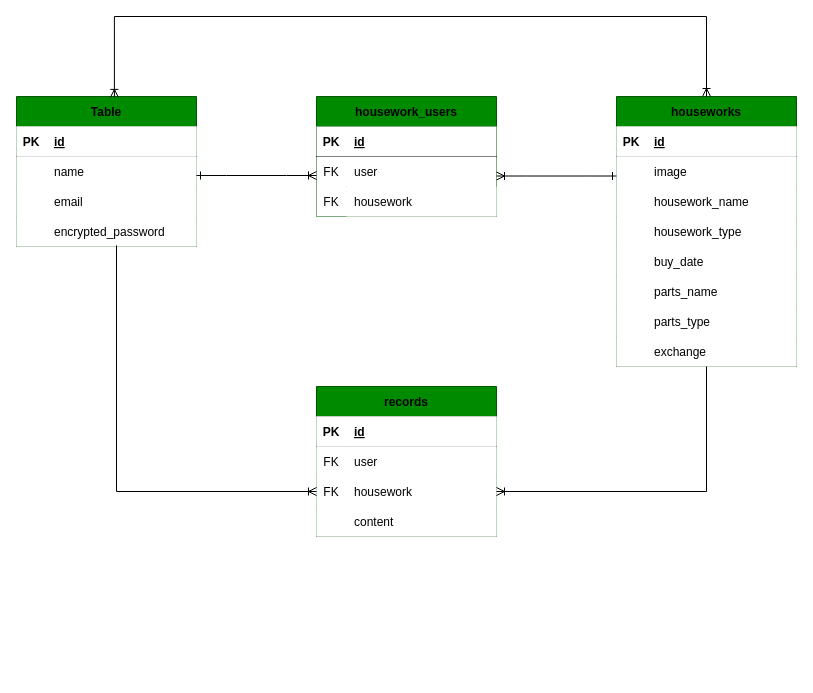
The draw.io diagram clean_note.dio in ikumi-taka/clean-note, before the edit. Source tidied: cells renumbered, new cells numbered last; positions are measured from the earlier drawing's top-left corner, leaving out a move shared by most shapes. Both pictures are drawn from the tidied source at 100%, with x=0, y=0 at pixel (16, 16).
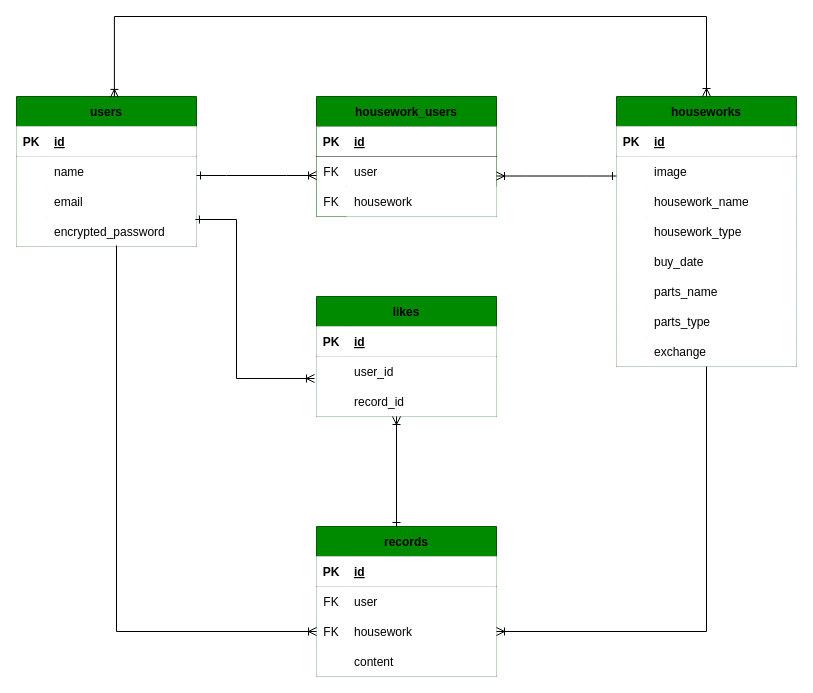
The same diagram, later.

The change refers to these unchanged cells:
```xml
<mxCell id="19" style="shape=partialRectangle;fillColor=#FFFFFF;top=0;left=0;bottom=0;right=0;points=[[0,0.5],[1,0.5]];portConstraint=eastwest;rounded=0;fontColor=#000000;" parent="12" vertex="1">
  <mxGeometry y="90" width="180" height="30" as="geometry" />
</mxCell>
<mxCell id="60" style="shape=partialRectangle;fillColor=#FFFFFF;top=0;left=0;bottom=0;right=0;points=[[0,0.5],[1,0.5]];portConstraint=eastwest;rounded=0;" parent="50" vertex="1">
  <mxGeometry y="120" width="180" height="30" as="geometry" />
</mxCell>
```

The edit, as a diff of the source:
```diff
@@
     <mxCell id="12" value="records" style="shape=table;startSize=30;childLayout=tableLayout;rowLines=0;fontStyle=1;align=center;fillColor=#008a00;fontColor=#000000;strokeColor=#005700;rounded=0;" parent="1" vertex="1">
-      <mxGeometry x="300" y="370" width="180" height="150" as="geometry" />
+      <mxGeometry x="300" y="510" width="180" height="150" as="geometry" />
     </mxCell>
@@
-    <mxCell id="50" value="Table" style="shape=table;startSize=30;childLayout=tableLayout;rowLines=0;fontStyle=1;align=center;fillColor=#008a00;fontColor=#000000;strokeColor=#005700;rounded=0;labelBackgroundColor=none;labelBorderColor=none;gradientColor=none;swimlaneFillColor=default;" parent="1" vertex="1">
+    <mxCell id="50" value="users" style="shape=table;startSize=30;childLayout=tableLayout;rowLines=0;fontStyle=1;align=center;fillColor=#008a00;fontColor=#000000;strokeColor=#005700;rounded=0;labelBackgroundColor=none;labelBorderColor=none;gradientColor=none;swimlaneFillColor=default;" parent="1" vertex="1">
       <mxGeometry y="80" width="180" height="150" as="geometry" />
     </mxCell>
@@
     <mxCell id="67" style="edgeStyle=orthogonalEdgeStyle;fontSize=12;html=1;endArrow=ERoneToMany;rounded=0;entryX=1;entryY=0.5;entryDx=0;entryDy=0;" parent="1" edge="1" target="19">
       <mxGeometry relative="1" as="geometry">
         <mxPoint x="690" y="350" as="sourcePoint" />
         <Array as="points">
-          <mxPoint x="690" y="475" />
+          <mxPoint x="690" y="615" />
         </Array>
       </mxGeometry>
     </mxCell>
+    <mxCell id="68" value="likes" style="shape=table;startSize=30;childLayout=tableLayout;rowLines=0;fontStyle=1;align=center;fillColor=#008a00;fontColor=#000000;strokeColor=#005700;rounded=0;" parent="1" vertex="1">
+      <mxGeometry x="300" y="280" width="180" height="120" as="geometry" />
+    </mxCell>
+    <mxCell id="69" style="shape=partialRectangle;fillColor=#FFFFFF;top=0;left=0;bottom=1;right=0;rounded=0;fontColor=#000000;" parent="68" vertex="1">
+      <mxGeometry y="30" width="180" height="30" as="geometry" />
+    </mxCell>
+    <mxCell id="70" value="PK" style="shape=partialRectangle;fillColor=#FFFFFF;top=0;left=0;bottom=0;right=0;fontStyle=1;overflow=hidden;rounded=0;fontColor=#000000;" parent="69" vertex="1">
+      <mxGeometry width="30" height="30" as="geometry" />
+    </mxCell>
+    <mxCell id="71" value="id" style="shape=partialRectangle;fillColor=#FFFFFF;top=0;left=0;bottom=0;right=0;align=left;spacingLeft=6;fontStyle=5;overflow=hidden;rounded=0;fontColor=#000000;" parent="69" vertex="1">
+      <mxGeometry x="30" width="150" height="30" as="geometry" />
+    </mxCell>
+    <mxCell id="72" style="shape=partialRectangle;fillColor=#FFFFFF;top=0;left=0;bottom=0;right=0;points=[[0,0.5],[1,0.5]];portConstraint=eastwest;rounded=0;fontColor=#000000;" parent="68" vertex="1">
+      <mxGeometry y="60" width="180" height="30" as="geometry" />
+    </mxCell>
+    <mxCell id="73" style="shape=partialRectangle;fillColor=#FFFFFF;top=0;left=0;bottom=0;right=0;fontStyle=0;overflow=hidden;rounded=0;fontColor=#000000;" parent="72" vertex="1">
+      <mxGeometry width="30" height="30" as="geometry" />
+    </mxCell>
+    <mxCell id="74" value="user_id" style="shape=partialRectangle;fillColor=#FFFFFF;top=0;left=0;bottom=0;right=0;align=left;spacingLeft=6;fontStyle=0;overflow=hidden;rounded=0;fontColor=#000000;" parent="72" vertex="1">
+      <mxGeometry x="30" width="150" height="30" as="geometry" />
+    </mxCell>
+    <mxCell id="75" style="shape=partialRectangle;fillColor=#FFFFFF;top=0;left=0;bottom=0;right=0;rounded=0;fontColor=#000000;" parent="68" vertex="1">
+      <mxGeometry y="90" width="180" height="30" as="geometry" />
+    </mxCell>
+    <mxCell id="76" style="shape=partialRectangle;fillColor=#FFFFFF;top=0;left=0;bottom=0;right=0;fontStyle=0;overflow=hidden;rounded=0;fontColor=#000000;" parent="75" vertex="1">
+      <mxGeometry width="30" height="30" as="geometry" />
+    </mxCell>
+    <mxCell id="77" value="record_id" style="shape=partialRectangle;fillColor=#FFFFFF;top=0;left=0;bottom=0;right=0;align=left;spacingLeft=6;fontStyle=0;overflow=hidden;rounded=0;fontColor=#000000;" parent="75" vertex="1">
+      <mxGeometry x="30" width="150" height="30" as="geometry" />
+    </mxCell>
+    <mxCell id="78" style="edgeStyle=orthogonalEdgeStyle;fontSize=12;html=1;endArrow=ERoneToMany;exitX=0.994;exitY=0.1;exitDx=0;exitDy=0;exitPerimeter=0;entryX=-0.011;entryY=0.733;entryDx=0;entryDy=0;entryPerimeter=0;rounded=0;startArrow=ERone;startFill=0;" parent="1" edge="1" source="60" target="72">
+      <mxGeometry relative="1" as="geometry">
+        <Array as="points">
+          <mxPoint x="220" y="203" />
+          <mxPoint x="220" y="362" />
+        </Array>
+      </mxGeometry>
+    </mxCell>
+    <mxCell id="79" style="endArrow=ERoneToMany;html=1;rounded=0;jumpSize=6;endFill=0;startArrow=ERone;startFill=0;" parent="1" edge="1">
+      <mxGeometry relative="1" as="geometry">
+        <mxPoint x="380" y="510" as="sourcePoint" />
+        <mxPoint x="380" y="400" as="targetPoint" />
+      </mxGeometry>
+    </mxCell>
```
